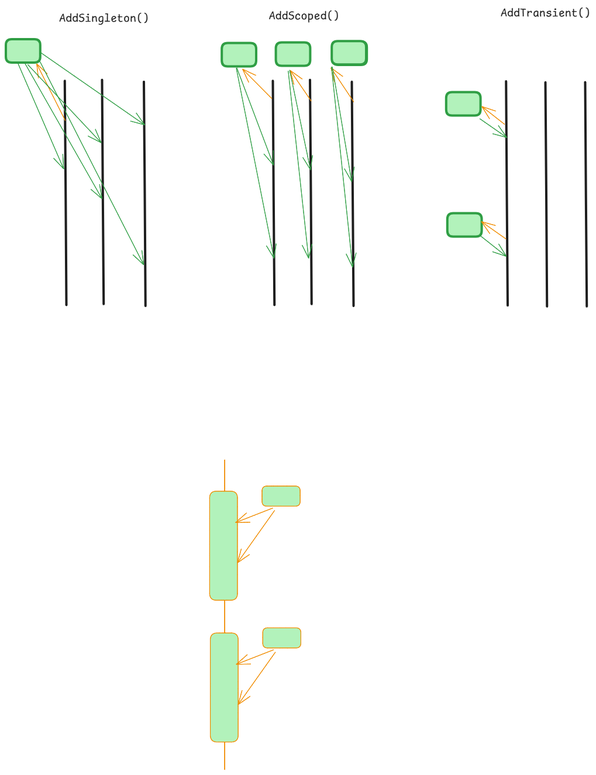
Earlier version of the Excalidraw export img/8_services.excalidraw.png (silvercodes/p23_p31_aspnetcore). Source tidied: one line per element, renumbered; positions are measured from the earlier drawing's top-left corner, leaving out a move shared by most shapes. The source it was exported from:
```json
{"id": 0, "type": "line", "strokeColor": "#1e1e1e", "strokeWidth": 4, "roughness": 0, "round": true, "x": 101, "y": 128, "width": 3, "height": 383, "points": [[0, 0], [3, 383]]}
{"id": 1, "type": "line", "strokeColor": "#1e1e1e", "strokeWidth": 4, "roughness": 0, "round": true, "x": 164, "y": 127, "width": 3, "height": 383, "points": [[0, 0], [3, 383]]}
{"id": 2, "type": "line", "strokeColor": "#1e1e1e", "strokeWidth": 4, "roughness": 0, "round": true, "x": 236, "y": 130, "width": 3, "height": 383, "points": [[0, 0], [3, 383]]}
{"id": 3, "type": "line", "strokeColor": "#1e1e1e", "strokeWidth": 4, "roughness": 0, "round": true, "x": 456, "y": 128, "width": 3, "height": 383, "points": [[0, 0], [3, 383]]}
{"id": 4, "type": "line", "strokeColor": "#1e1e1e", "strokeWidth": 4, "roughness": 0, "round": true, "x": 520, "y": 127, "width": 3, "height": 383, "points": [[0, 0], [3, 383]]}
{"id": 5, "type": "line", "strokeColor": "#1e1e1e", "strokeWidth": 4, "roughness": 0, "round": true, "x": 592, "y": 130, "width": 3, "height": 383, "points": [[0, 0], [3, 383]]}
{"id": 6, "type": "line", "strokeColor": "#1e1e1e", "strokeWidth": 4, "roughness": 0, "round": true, "x": 855, "y": 129, "width": 3, "height": 383, "points": [[0, 0], [3, 383]]}
{"id": 7, "type": "line", "strokeColor": "#1e1e1e", "strokeWidth": 4, "roughness": 0, "round": true, "x": 923, "y": 131, "width": 3, "height": 383, "points": [[0, 0], [3, 383]]}
{"id": 8, "type": "line", "strokeColor": "#1e1e1e", "strokeWidth": 4, "roughness": 0, "round": true, "x": 990, "y": 131, "width": 3, "height": 383, "points": [[0, 0], [3, 383]]}
{"id": 9, "type": "text", "text": "AddSingleton()", "strokeColor": "#1e1e1e", "strokeWidth": 4, "roughness": 0, "fontSize": 20, "fontFamily": 8, "x": 91, "y": 10, "width": 154, "height": 25}
{"id": 10, "type": "text", "text": "AddScoped()", "strokeColor": "#1e1e1e", "strokeWidth": 4, "roughness": 0, "fontSize": 20, "fontFamily": 8, "x": 449, "y": 6, "width": 121, "height": 25}
{"id": 11, "type": "text", "text": "AddTransient()", "strokeColor": "#1e1e1e", "strokeWidth": 4, "roughness": 0, "fontSize": 20, "fontFamily": 8, "x": 846, "y": 0, "width": 154, "height": 25}
{"id": 12, "type": "rectangle", "strokeColor": "#2f9e44", "backgroundColor": "#b2f2bb", "fillStyle": "solid", "strokeWidth": 4, "roughness": 0, "round": true, "x": 0, "y": 57, "width": 59, "height": 40}
{"id": 13, "type": "arrow", "strokeColor": "#f08c00", "backgroundColor": "#b2f2bb", "fillStyle": "solid", "strokeWidth": 1, "roughness": 0, "endArrowhead": "arrow", "to": 12, "x": 102, "y": 196, "width": 49, "height": 97, "points": [[0, 0], [-49, -97]]}
{"id": 14, "type": "arrow", "strokeColor": "#2f9e44", "backgroundColor": "#b2f2bb", "fillStyle": "solid", "strokeWidth": 1, "roughness": 0, "endArrowhead": "arrow", "from": 12, "x": 21, "y": 98, "width": 78, "height": 180, "points": [[0, 0], [78, 180]]}
{"id": 15, "type": "arrow", "strokeColor": "#2f9e44", "backgroundColor": "#b2f2bb", "fillStyle": "solid", "strokeWidth": 1, "roughness": 0, "endArrowhead": "arrow", "from": 12, "x": 37, "y": 100, "width": 125, "height": 133, "points": [[0, 0], [125, 133]]}
{"id": 16, "type": "arrow", "strokeColor": "#2f9e44", "backgroundColor": "#b2f2bb", "fillStyle": "solid", "strokeWidth": 1, "roughness": 0, "endArrowhead": "arrow", "from": 12, "x": 32, "y": 98, "width": 132, "height": 232, "points": [[0, 0], [132, 232]]}
{"id": 17, "type": "arrow", "strokeColor": "#2f9e44", "backgroundColor": "#b2f2bb", "fillStyle": "solid", "strokeWidth": 1, "roughness": 0, "endArrowhead": "arrow", "from": 12, "x": 60, "y": 80, "width": 177, "height": 123, "points": [[0, 0], [177, 123]]}
{"id": 18, "type": "arrow", "strokeColor": "#2f9e44", "backgroundColor": "#b2f2bb", "fillStyle": "solid", "strokeWidth": 1, "roughness": 0, "endArrowhead": "arrow", "from": 12, "x": 58, "y": 96, "width": 177, "height": 347, "points": [[0, 0], [177, 347]]}
{"id": 19, "type": "rectangle", "strokeColor": "#2f9e44", "backgroundColor": "#b2f2bb", "fillStyle": "solid", "strokeWidth": 4, "roughness": 0, "round": true, "x": 369, "y": 63, "width": 59, "height": 40}
{"id": 20, "type": "rectangle", "strokeColor": "#2f9e44", "backgroundColor": "#b2f2bb", "fillStyle": "solid", "strokeWidth": 4, "roughness": 0, "round": true, "x": 462, "y": 63, "width": 59, "height": 40}
{"id": 21, "type": "rectangle", "strokeColor": "#2f9e44", "backgroundColor": "#b2f2bb", "fillStyle": "solid", "strokeWidth": 4, "roughness": 0, "round": true, "x": 558, "y": 61, "width": 59, "height": 40}
{"id": 22, "type": "arrow", "strokeColor": "#f08c00", "backgroundColor": "#b2f2bb", "fillStyle": "solid", "strokeWidth": 1, "roughness": 0, "endArrowhead": "arrow", "to": 19, "x": 455, "y": 159, "width": 50, "height": 50, "points": [[0, 0], [-50, -50]]}
{"id": 23, "type": "arrow", "strokeColor": "#f08c00", "backgroundColor": "#b2f2bb", "fillStyle": "solid", "strokeWidth": 1, "roughness": 0, "endArrowhead": "arrow", "to": 20, "x": 522, "y": 163, "width": 36, "height": 52, "points": [[0, 0], [-36, -52]]}
{"id": 24, "type": "arrow", "strokeColor": "#f08c00", "backgroundColor": "#b2f2bb", "fillStyle": "solid", "strokeWidth": 1, "roughness": 0, "endArrowhead": "arrow", "to": 21, "x": 595, "y": 164, "width": 39, "height": 58, "points": [[0, 0], [-39, -58]]}
{"id": 25, "type": "arrow", "strokeColor": "#2f9e44", "backgroundColor": "#b2f2bb", "fillStyle": "solid", "strokeWidth": 1, "roughness": 0, "endArrowhead": "arrow", "from": 19, "x": 395, "y": 106, "width": 63, "height": 166, "points": [[0, 0], [63, 166]]}
{"id": 26, "type": "arrow", "strokeColor": "#2f9e44", "backgroundColor": "#b2f2bb", "fillStyle": "solid", "strokeWidth": 1, "roughness": 0, "endArrowhead": "arrow", "from": 19, "x": 394, "y": 107, "width": 64, "height": 325, "points": [[0, 0], [64, 325]]}
{"id": 27, "type": "arrow", "strokeColor": "#2f9e44", "backgroundColor": "#b2f2bb", "fillStyle": "solid", "strokeWidth": 1, "roughness": 0, "endArrowhead": "arrow", "from": 20, "x": 485, "y": 110, "width": 36, "height": 170, "points": [[0, 0], [36, 170]]}
{"id": 28, "type": "arrow", "strokeColor": "#2f9e44", "backgroundColor": "#b2f2bb", "fillStyle": "solid", "strokeWidth": 1, "roughness": 0, "endArrowhead": "arrow", "from": 20, "x": 483, "y": 111, "width": 35, "height": 320, "points": [[0, 0], [35, 320]]}
{"id": 29, "type": "arrow", "strokeColor": "#2f9e44", "backgroundColor": "#b2f2bb", "fillStyle": "solid", "strokeWidth": 1, "roughness": 0, "endArrowhead": "arrow", "from": 21, "x": 558, "y": 104, "width": 33, "height": 196, "points": [[0, 0], [33, 196]]}
{"id": 30, "type": "arrow", "strokeColor": "#2f9e44", "backgroundColor": "#b2f2bb", "fillStyle": "solid", "strokeWidth": 1, "roughness": 0, "endArrowhead": "arrow", "from": 21, "x": 557, "y": 104, "width": 36, "height": 343, "points": [[0, 0], [36, 343]]}
{"id": 31, "type": "rectangle", "strokeColor": "#2f9e44", "backgroundColor": "#b2f2bb", "fillStyle": "solid", "strokeWidth": 4, "roughness": 0, "round": true, "x": 557, "y": 60, "width": 59, "height": 40}
{"id": 32, "type": "rectangle", "strokeColor": "#2f9e44", "backgroundColor": "#b2f2bb", "fillStyle": "solid", "strokeWidth": 4, "roughness": 0, "round": true, "x": 753, "y": 147, "width": 59, "height": 40}
{"id": 33, "type": "rectangle", "strokeColor": "#2f9e44", "backgroundColor": "#b2f2bb", "fillStyle": "solid", "strokeWidth": 4, "roughness": 0, "round": true, "x": 755, "y": 355, "width": 59, "height": 40}
{"id": 34, "type": "arrow", "strokeColor": "#f08c00", "backgroundColor": "#b2f2bb", "fillStyle": "solid", "strokeWidth": 1, "roughness": 0, "endArrowhead": "arrow", "to": 32, "x": 853, "y": 203, "width": 39, "height": 30, "points": [[0, 0], [-39, -30]]}
{"id": 35, "type": "arrow", "strokeColor": "#2f9e44", "backgroundColor": "#b2f2bb", "fillStyle": "solid", "strokeWidth": 1, "roughness": 0, "endArrowhead": "arrow", "from": 32, "x": 810, "y": 193, "width": 46, "height": 32, "points": [[0, 0], [46, 32]]}
{"id": 36, "type": "arrow", "strokeColor": "#2f9e44", "backgroundColor": "#b2f2bb", "fillStyle": "solid", "strokeWidth": 1, "roughness": 0, "endArrowhead": "arrow", "from": 33, "x": 811, "y": 393, "width": 44, "height": 35, "points": [[0, 0], [44, 35]]}
{"id": 37, "type": "arrow", "strokeColor": "#f08c00", "backgroundColor": "#b2f2bb", "fillStyle": "solid", "strokeWidth": 1, "roughness": 0, "endArrowhead": "arrow", "to": 33, "x": 855, "y": 399, "width": 42, "height": 30, "points": [[0, 0], [-42, -30]]}
```
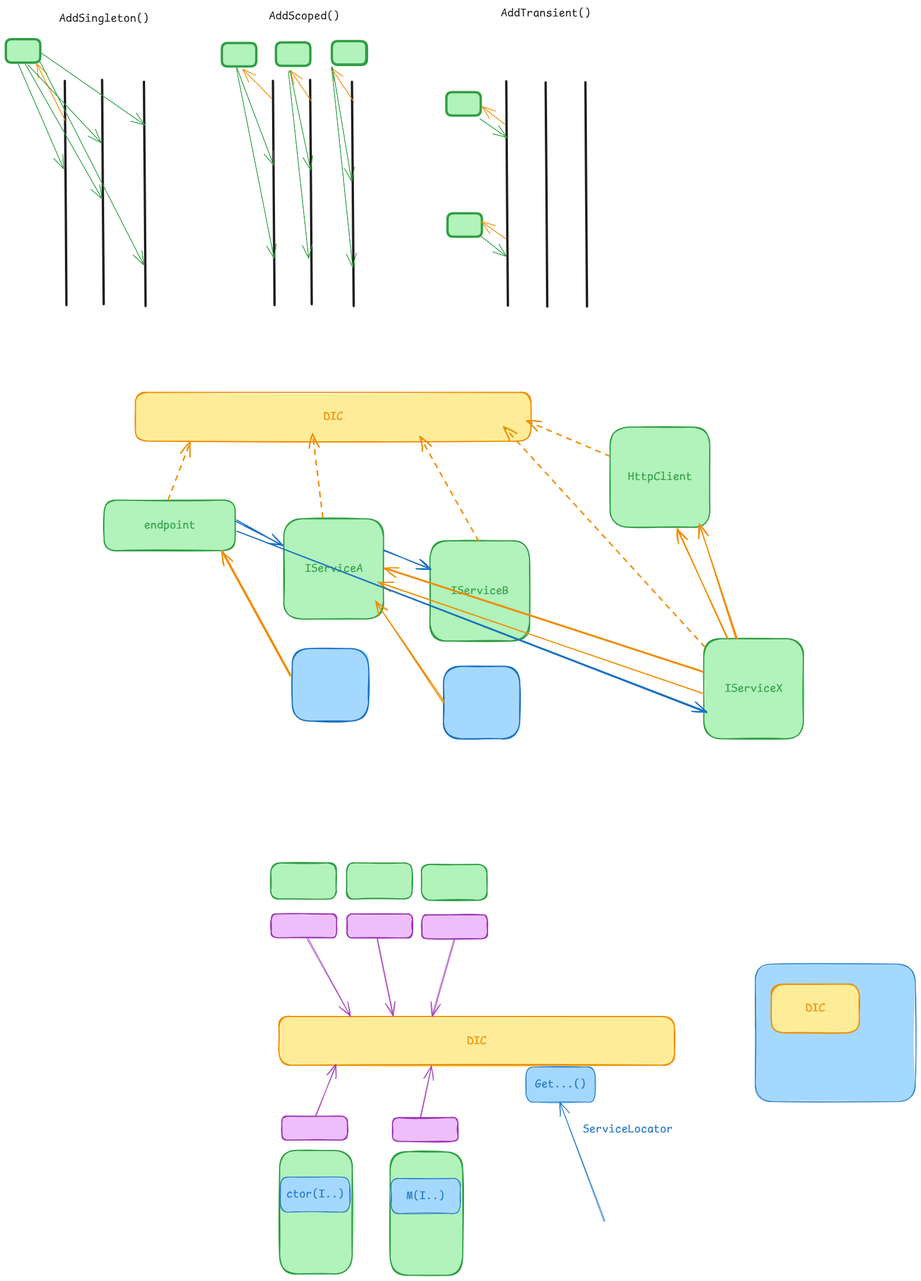
The same diagram one commit later.

Diff of the diagram source:
```diff
@@ -36,3 +36,54 @@
 {"id": 35, "type": "arrow", "strokeColor": "#2f9e44", "backgroundColor": "#b2f2bb", "fillStyle": "solid", "strokeWidth": 1, "roughness": 0, "endArrowhead": "arrow", "from": 32, "x": 810, "y": 193, "width": 46, "height": 32, "points": [[0, 0], [46, 32]]}
 {"id": 36, "type": "arrow", "strokeColor": "#2f9e44", "backgroundColor": "#b2f2bb", "fillStyle": "solid", "strokeWidth": 1, "roughness": 0, "endArrowhead": "arrow", "from": 33, "x": 811, "y": 393, "width": 44, "height": 35, "points": [[0, 0], [44, 35]]}
 {"id": 37, "type": "arrow", "strokeColor": "#f08c00", "backgroundColor": "#b2f2bb", "fillStyle": "solid", "strokeWidth": 1, "roughness": 0, "endArrowhead": "arrow", "to": 33, "x": 855, "y": 399, "width": 42, "height": 30, "points": [[0, 0], [-42, -30]]}
+{"id": 38, "type": "rectangle", "strokeColor": "#2f9e44", "backgroundColor": "#b2f2bb", "fillStyle": "solid", "strokeWidth": 2, "roughness": 1, "round": true, "x": 168, "y": 845, "width": 224, "height": 86}
+{"id": 39, "type": "text", "text": "endpoint", "strokeColor": "#2f9e44", "backgroundColor": "#b2f2bb", "fillStyle": "solid", "strokeWidth": 2, "roughness": 1, "fontSize": 20, "fontFamily": 8, "textAlign": "center", "verticalAlign": "middle", "inside": 38, "x": 236, "y": 875, "width": 88, "height": 25}
+{"id": 40, "type": "rectangle", "strokeColor": "#2f9e44", "backgroundColor": "#b2f2bb", "fillStyle": "solid", "strokeWidth": 2, "roughness": 1, "round": true, "x": 475, "y": 877, "width": 170, "height": 171}
+{"id": 41, "type": "text", "text": "IServiceA", "strokeColor": "#2f9e44", "backgroundColor": "#b2f2bb", "fillStyle": "solid", "strokeWidth": 2, "roughness": 1, "fontSize": 20, "fontFamily": 8, "textAlign": "center", "verticalAlign": "middle", "inside": 40, "x": 511, "y": 950, "width": 99, "height": 25}
+{"id": 42, "type": "rectangle", "strokeColor": "#2f9e44", "backgroundColor": "#b2f2bb", "fillStyle": "solid", "strokeWidth": 2, "roughness": 1, "round": true, "x": 725, "y": 914, "width": 170, "height": 171}
+{"id": 43, "type": "text", "text": "IServiceB", "strokeColor": "#2f9e44", "backgroundColor": "#b2f2bb", "fillStyle": "solid", "strokeWidth": 2, "roughness": 1, "fontSize": 20, "fontFamily": 8, "textAlign": "center", "verticalAlign": "middle", "inside": 42, "x": 760, "y": 987, "width": 99, "height": 25}
+{"id": 44, "type": "rectangle", "strokeColor": "#1971c2", "backgroundColor": "#a5d8ff", "fillStyle": "solid", "strokeWidth": 2, "roughness": 1, "round": true, "x": 490, "y": 1098, "width": 130, "height": 124}
+{"id": 45, "type": "rectangle", "strokeColor": "#1971c2", "backgroundColor": "#a5d8ff", "fillStyle": "solid", "strokeWidth": 2, "roughness": 1, "round": true, "x": 748, "y": 1129, "width": 130, "height": 124}
+{"id": 46, "type": "arrow", "strokeColor": "#1971c2", "backgroundColor": "#a5d8ff", "fillStyle": "solid", "strokeWidth": 2, "roughness": 1, "endArrowhead": "arrow", "round": true, "from": 38, "to": 40, "x": 395, "y": 879, "width": 79, "height": 43, "points": [[0, 0], [79, 43]]}
+{"id": 47, "type": "arrow", "strokeColor": "#1971c2", "backgroundColor": "#a5d8ff", "fillStyle": "solid", "strokeWidth": 2, "roughness": 1, "endArrowhead": "arrow", "round": true, "from": 40, "to": 42, "x": 646, "y": 929, "width": 79, "height": 32, "points": [[0, 0], [79, 32]]}
+{"id": 48, "type": "rectangle", "strokeColor": "#f08c00", "backgroundColor": "#ffec99", "fillStyle": "solid", "strokeWidth": 2, "roughness": 1, "round": true, "x": 222, "y": 661, "width": 676, "height": 83}
+{"id": 49, "type": "text", "text": "DIC", "strokeColor": "#f08c00", "backgroundColor": "#ffec99", "fillStyle": "solid", "strokeWidth": 2, "roughness": 1, "fontSize": 20, "fontFamily": 8, "textAlign": "center", "verticalAlign": "middle", "inside": 48, "x": 543, "y": 690, "width": 33, "height": 25}
+{"id": 50, "type": "arrow", "strokeColor": "#f08c00", "backgroundColor": "#ffec99", "fillStyle": "solid", "strokeWidth": 2, "strokeStyle": "dashed", "roughness": 1, "endArrowhead": "arrow", "round": true, "from": 38, "to": 48, "x": 277, "y": 844, "width": 39, "height": 98, "points": [[0, 0], [39, -98]]}
+{"id": 51, "type": "arrow", "strokeColor": "#f08c00", "backgroundColor": "#ffec99", "fillStyle": "solid", "strokeWidth": 2, "strokeStyle": "dashed", "roughness": 1, "endArrowhead": "arrow", "round": true, "from": 40, "to": 48, "x": 542, "y": 875, "width": 18, "height": 142, "points": [[0, 0], [-18, -142]]}
+{"id": 52, "type": "arrow", "strokeColor": "#f08c00", "backgroundColor": "#ffec99", "fillStyle": "solid", "strokeWidth": 2, "strokeStyle": "dashed", "roughness": 1, "endArrowhead": "arrow", "round": true, "from": 42, "to": 48, "x": 808, "y": 913, "width": 100, "height": 178, "points": [[0, 0], [-100, -178]]}
+{"id": 53, "type": "rectangle", "strokeColor": "#2f9e44", "backgroundColor": "#b2f2bb", "fillStyle": "solid", "strokeWidth": 2, "roughness": 1, "round": true, "x": 1033, "y": 720, "width": 170, "height": 171}
+{"id": 54, "type": "text", "text": "HttpClient", "strokeColor": "#2f9e44", "backgroundColor": "#b2f2bb", "fillStyle": "solid", "strokeWidth": 2, "roughness": 1, "fontSize": 20, "fontFamily": 8, "textAlign": "center", "verticalAlign": "middle", "inside": 53, "x": 1063, "y": 793, "width": 110, "height": 25}
+{"id": 55, "type": "arrow", "strokeColor": "#f08c00", "backgroundColor": "#ffec99", "fillStyle": "solid", "strokeWidth": 2, "strokeStyle": "dashed", "roughness": 1, "endArrowhead": "arrow", "round": true, "from": 53, "to": 48, "x": 1032, "y": 770, "width": 141, "height": 61, "points": [[0, 0], [-141, -61]]}
+{"id": 56, "type": "arrow", "strokeColor": "#f08c00", "backgroundColor": "#ffec99", "fillStyle": "solid", "strokeWidth": 2, "roughness": 1, "endArrowhead": "arrow", "round": true, "from": 44, "to": 38, "x": 486, "y": 1144, "width": 116, "height": 213, "points": [[0, 0], [-116, -213]]}
+{"id": 57, "type": "arrow", "strokeColor": "#f08c00", "backgroundColor": "#ffec99", "fillStyle": "solid", "strokeWidth": 2, "roughness": 1, "endArrowhead": "arrow", "round": true, "from": 45, "to": 40, "x": 750, "y": 1190, "width": 118, "height": 172, "points": [[0, 0], [-118, -172]]}
+{"id": 58, "type": "rectangle", "strokeColor": "#2f9e44", "backgroundColor": "#b2f2bb", "fillStyle": "solid", "strokeWidth": 2, "roughness": 1, "round": true, "x": 1193, "y": 1081, "width": 170, "height": 171}
+{"id": 59, "type": "text", "text": "IServiceX", "strokeColor": "#2f9e44", "backgroundColor": "#b2f2bb", "fillStyle": "solid", "strokeWidth": 2, "roughness": 1, "fontSize": 20, "fontFamily": 8, "textAlign": "center", "verticalAlign": "middle", "inside": 58, "x": 1228, "y": 1154, "width": 99, "height": 25}
+{"id": 60, "type": "arrow", "strokeColor": "#f08c00", "backgroundColor": "#ffec99", "fillStyle": "solid", "strokeWidth": 2, "strokeStyle": "dashed", "roughness": 1, "endArrowhead": "arrow", "round": true, "from": 58, "to": 48, "x": 1195, "y": 1094, "width": 344, "height": 374, "points": [[0, 0], [-344, -374]]}
+{"id": 61, "type": "arrow", "strokeColor": "#f08c00", "backgroundColor": "#ffec99", "fillStyle": "solid", "strokeWidth": 2, "roughness": 1, "endArrowhead": "arrow", "round": true, "from": 58, "to": 53, "x": 1249, "y": 1082, "width": 62, "height": 196, "points": [[0, 0], [-62, -196]]}
+{"id": 62, "type": "arrow", "strokeColor": "#f08c00", "backgroundColor": "#ffec99", "fillStyle": "solid", "strokeWidth": 2, "roughness": 1, "endArrowhead": "arrow", "round": true, "from": 58, "to": 40, "x": 1189, "y": 1137, "width": 542, "height": 176, "points": [[0, 0], [-542, -176]]}
+{"id": 63, "type": "arrow", "strokeColor": "#1971c2", "backgroundColor": "#ffec99", "fillStyle": "solid", "strokeWidth": 2, "roughness": 1, "endArrowhead": "arrow", "round": true, "from": 38, "to": 58, "x": 397, "y": 897, "width": 800, "height": 310, "points": [[0, 0], [800, 310]]}
+{"id": 64, "type": "rectangle", "strokeColor": "#f08c00", "backgroundColor": "#ffec99", "fillStyle": "solid", "strokeWidth": 2, "roughness": 1, "round": true, "x": 467, "y": 1727, "width": 676, "height": 83}
+{"id": 65, "type": "text", "text": "DIC", "strokeColor": "#f08c00", "backgroundColor": "#ffec99", "fillStyle": "solid", "strokeWidth": 2, "roughness": 1, "fontSize": 20, "fontFamily": 8, "textAlign": "center", "verticalAlign": "middle", "inside": 64, "x": 788, "y": 1756, "width": 33, "height": 25}
+{"id": 66, "type": "rectangle", "strokeColor": "#9c36b5", "backgroundColor": "#eebefa", "fillStyle": "solid", "strokeWidth": 2, "roughness": 1, "round": true, "x": 453, "y": 1552, "width": 112, "height": 41}
+{"id": 67, "type": "rectangle", "strokeColor": "#9c36b5", "backgroundColor": "#eebefa", "fillStyle": "solid", "strokeWidth": 2, "roughness": 1, "round": true, "x": 583, "y": 1552, "width": 112, "height": 41}
+{"id": 68, "type": "rectangle", "strokeColor": "#9c36b5", "backgroundColor": "#eebefa", "fillStyle": "solid", "strokeWidth": 2, "roughness": 1, "round": true, "x": 711, "y": 1553, "width": 112, "height": 41}
+{"id": 69, "type": "arrow", "strokeColor": "#9c36b5", "backgroundColor": "#eebefa", "fillStyle": "solid", "strokeWidth": 1, "roughness": 1, "endArrowhead": "arrow", "round": true, "from": 66, "to": 64, "x": 515, "y": 1593, "width": 74, "height": 134, "points": [[0, 0], [74, 134]]}
+{"id": 70, "type": "arrow", "strokeColor": "#9c36b5", "backgroundColor": "#eebefa", "fillStyle": "solid", "strokeWidth": 1, "roughness": 1, "endArrowhead": "arrow", "round": true, "from": 67, "to": 64, "x": 635, "y": 1593, "width": 28, "height": 134, "points": [[0, 0], [28, 134]]}
+{"id": 71, "type": "arrow", "strokeColor": "#9c36b5", "backgroundColor": "#eebefa", "fillStyle": "solid", "strokeWidth": 1, "roughness": 1, "endArrowhead": "arrow", "round": true, "from": 68, "to": 64, "x": 768, "y": 1595, "width": 38, "height": 132, "points": [[0, 0], [-38, 132]]}
+{"id": 72, "type": "rectangle", "strokeColor": "#2f9e44", "backgroundColor": "#b2f2bb", "fillStyle": "solid", "strokeWidth": 2, "roughness": 1, "round": true, "x": 453, "y": 1465, "width": 112, "height": 62}
+{"id": 73, "type": "rectangle", "strokeColor": "#2f9e44", "backgroundColor": "#b2f2bb", "fillStyle": "solid", "strokeWidth": 2, "roughness": 1, "round": true, "x": 582, "y": 1465, "width": 112, "height": 62}
+{"id": 74, "type": "rectangle", "strokeColor": "#2f9e44", "backgroundColor": "#b2f2bb", "fillStyle": "solid", "strokeWidth": 2, "roughness": 1, "round": true, "x": 710, "y": 1467, "width": 112, "height": 62}
+{"id": 75, "type": "rectangle", "strokeColor": "#9c36b5", "backgroundColor": "#eebefa", "fillStyle": "solid", "strokeWidth": 2, "roughness": 1, "round": true, "x": 472, "y": 1897, "width": 112, "height": 41}
+{"id": 76, "type": "rectangle", "strokeColor": "#2f9e44", "backgroundColor": "#b2f2bb", "fillStyle": "solid", "strokeWidth": 2, "roughness": 1, "round": true, "x": 468, "y": 1956, "width": 124, "height": 211}
+{"id": 77, "type": "arrow", "strokeColor": "#9c36b5", "backgroundColor": "#b2f2bb", "fillStyle": "solid", "strokeWidth": 1, "roughness": 1, "endArrowhead": "arrow", "round": true, "from": 75, "to": 64, "x": 529, "y": 1897, "width": 35, "height": 87, "points": [[0, 0], [35, -87]]}
+{"id": 78, "type": "rectangle", "strokeColor": "#1971c2", "backgroundColor": "#a5d8ff", "fillStyle": "solid", "strokeWidth": 1, "roughness": 1, "round": true, "x": 469, "y": 2001, "width": 118, "height": 60}
+{"id": 79, "type": "text", "text": "ctor(I..)", "strokeColor": "#1971c2", "backgroundColor": "#a5d8ff", "fillStyle": "solid", "strokeWidth": 1, "roughness": 1, "fontSize": 20, "fontFamily": 8, "textAlign": "center", "verticalAlign": "middle", "inside": 78, "x": 479, "y": 2019, "width": 99, "height": 25}
+{"id": 80, "type": "rectangle", "strokeColor": "#9c36b5", "backgroundColor": "#eebefa", "fillStyle": "solid", "strokeWidth": 2, "roughness": 1, "round": true, "x": 661, "y": 1900, "width": 112, "height": 41}
+{"id": 81, "type": "rectangle", "strokeColor": "#2f9e44", "backgroundColor": "#b2f2bb", "fillStyle": "solid", "strokeWidth": 2, "roughness": 1, "round": true, "x": 657, "y": 1958, "width": 124, "height": 211}
+{"id": 82, "type": "rectangle", "strokeColor": "#1971c2", "backgroundColor": "#a5d8ff", "fillStyle": "solid", "strokeWidth": 1, "roughness": 1, "round": true, "x": 658, "y": 2004, "width": 118, "height": 60}
+{"id": 83, "type": "text", "text": "M(I..)", "strokeColor": "#1971c2", "backgroundColor": "#a5d8ff", "fillStyle": "solid", "strokeWidth": 1, "roughness": 1, "fontSize": 20, "fontFamily": 8, "textAlign": "center", "verticalAlign": "middle", "inside": 82, "x": 684, "y": 2021, "width": 66, "height": 25}
+{"id": 84, "type": "arrow", "strokeColor": "#9c36b5", "backgroundColor": "#a5d8ff", "fillStyle": "solid", "strokeWidth": 1, "roughness": 1, "endArrowhead": "arrow", "round": true, "from": 80, "to": 64, "x": 709, "y": 1899, "width": 18, "height": 89, "points": [[0, 0], [18, -89]]}
+{"id": 85, "type": "rectangle", "strokeColor": "#1971c2", "backgroundColor": "#a5d8ff", "fillStyle": "solid", "strokeWidth": 1, "roughness": 1, "round": true, "x": 889, "y": 1813, "width": 118, "height": 60}
+{"id": 86, "type": "text", "text": "Get...()", "strokeColor": "#1971c2", "backgroundColor": "#a5d8ff", "fillStyle": "solid", "strokeWidth": 1, "roughness": 1, "fontSize": 20, "fontFamily": 8, "textAlign": "center", "verticalAlign": "middle", "inside": 85, "x": 904, "y": 1831, "width": 88, "height": 25}
+{"id": 87, "type": "arrow", "strokeColor": "#1971c2", "backgroundColor": "#a5d8ff", "fillStyle": "solid", "strokeWidth": 1, "roughness": 1, "endArrowhead": "arrow", "round": true, "to": 85, "x": 1023, "y": 2077, "width": 76, "height": 202, "points": [[0, 0], [-76, -202]]}
+{"id": 88, "type": "text", "text": "ServiceLocator", "strokeColor": "#1971c2", "backgroundColor": "#a5d8ff", "fillStyle": "solid", "strokeWidth": 1, "roughness": 1, "fontSize": 20, "fontFamily": 8, "x": 986, "y": 1907, "width": 154, "height": 25}
```
